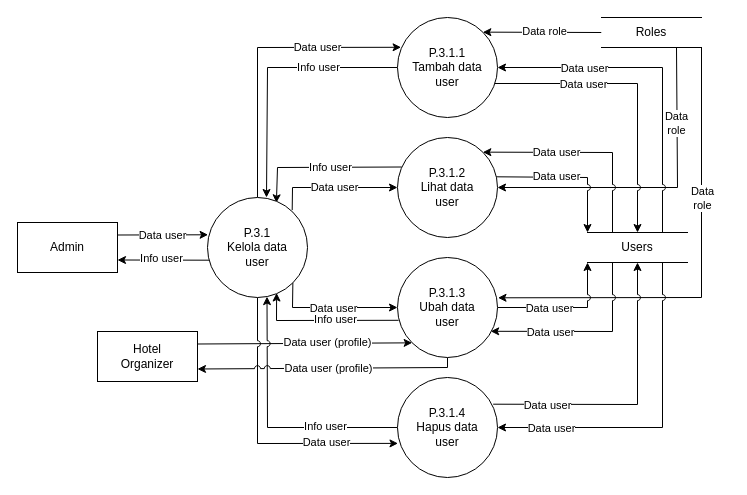
This is diagram/dfd/level-2/p-1-kelola-data-user.drawio from Hans-Star18/ta-booking-system, a draw.io file, before an edit. Source tidied: cells renumbered, new cells numbered last; positions are measured from the earlier drawing's top-left corner, leaving out a move shared by most shapes. Both pictures are drawn from the tidied source at 100%, with x=0, y=0 at pixel (17, 17).
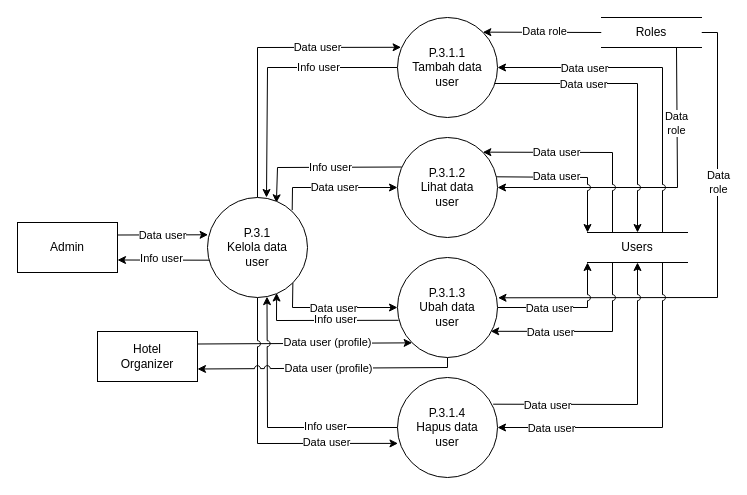
Above is the later version.

The change refers to these unchanged cells:
```xml
<mxCell id="50" value="P.3.1.3&lt;div&gt;Ubah data&lt;/div&gt;&lt;div&gt;user&lt;/div&gt;" style="shape=ellipse;html=1;dashed=0;whiteSpace=wrap;perimeter=ellipsePerimeter;" parent="1" vertex="1">
  <mxGeometry x="380" y="240" width="100" height="100" as="geometry" />
</mxCell>
<mxCell id="56" value="Roles" style="html=1;dashed=0;whiteSpace=wrap;shape=partialRectangle;right=0;left=0;" parent="1" vertex="1">
  <mxGeometry x="584" width="100" height="30" as="geometry" />
</mxCell>
```

What changed in the source:
```diff
@@
-<mxGraphModel>
+<mxGraphModel background="#ffffff">
@@
-    <mxCell id="12" style="endArrow=classic;html=1;rounded=0;curved=0;jumpStyle=arc;exitX=1;exitY=1;exitDx=0;exitDy=0;entryX=1.005;entryY=0.403;entryDx=0;entryDy=0;entryPerimeter=0;" parent="1" edge="1" source="56" target="50">
+    <mxCell id="12" style="endArrow=classic;html=1;rounded=0;curved=0;jumpStyle=arc;exitX=1;exitY=0.5;exitDx=0;exitDy=0;entryX=1.005;entryY=0.403;entryDx=0;entryDy=0;entryPerimeter=0;" parent="1" edge="1" source="56" target="50">
       <mxGeometry relative="1" as="geometry">
         <Array as="points">
+          <mxPoint x="700" y="15" />
+          <mxPoint x="700" y="280" />
           <mxPoint x="684" y="280" />
         </Array>
       </mxGeometry>
     </mxCell>
```
